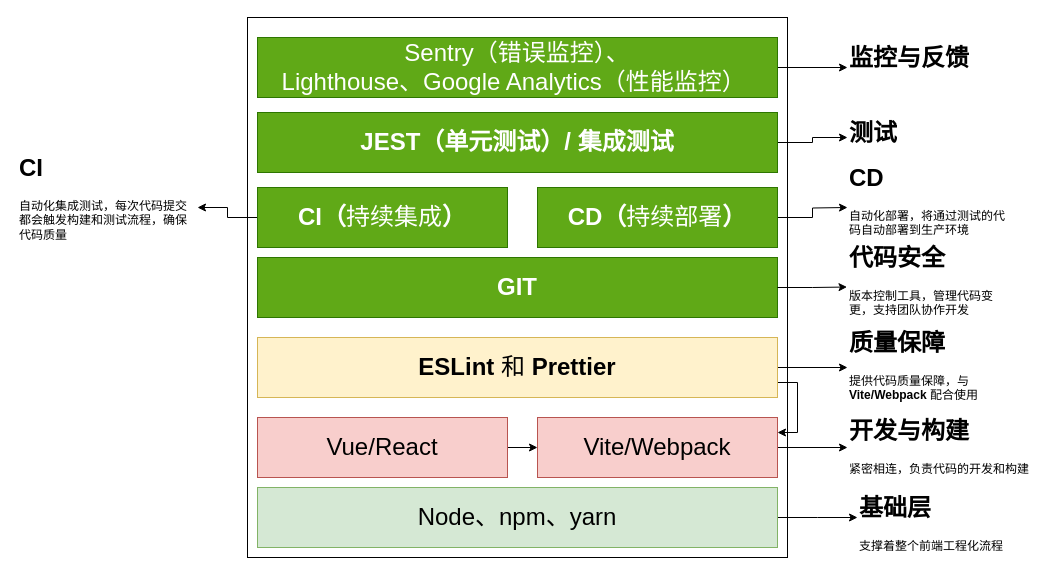
Earlier version of the draw.io diagram 设计说明/web-engineering.drawio (icecrownfox/web-engineering). Source tidied: cells renumbered, new cells numbered last; positions are measured from the earlier drawing's top-left corner, leaving out a move shared by most shapes. Both pictures are drawn from the tidied source at 100%, with x=0, y=0 at pixel (17, 17).
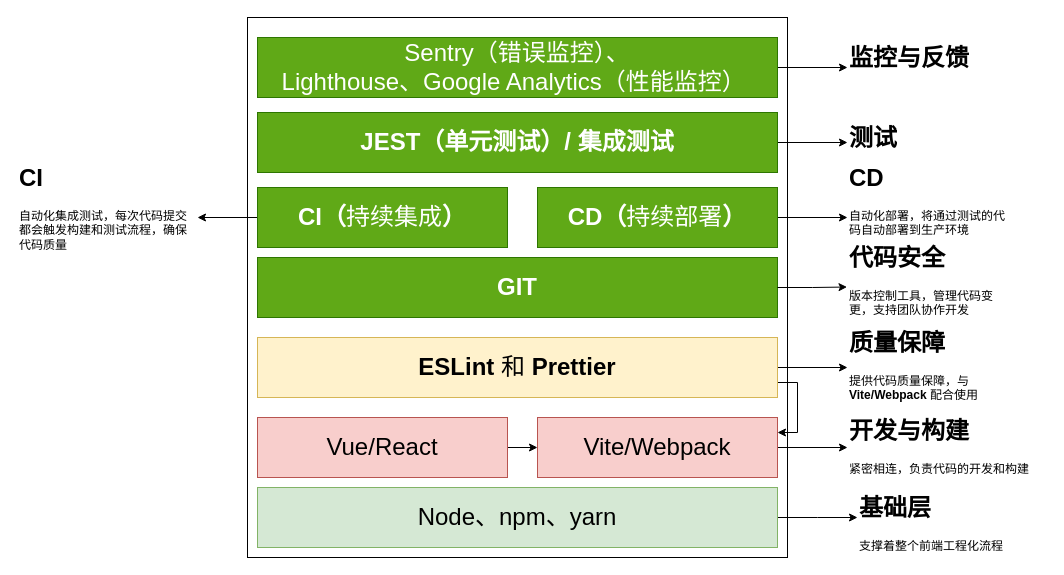
After the change.

The change refers to these unchanged cells:
```xml
<mxCell id="21" value="&lt;span style=&quot;font-size: 24px;&quot;&gt;&lt;b&gt;CD（&lt;/b&gt;&lt;/span&gt;&lt;font style=&quot;font-size: 24px;&quot;&gt;持续部署&lt;/font&gt;&lt;span style=&quot;font-size: 24px;&quot;&gt;&lt;b&gt;）&lt;/b&gt;&lt;/span&gt;" style="rounded=0;whiteSpace=wrap;html=1;fillColor=#60a917;strokeColor=#2D7600;fontColor=#ffffff;" parent="1" vertex="1">
  <mxGeometry x="520" y="170" width="240" height="60" as="geometry" />
</mxCell>
<mxCell id="23" value="&lt;h1 style=&quot;margin-top: 0px;&quot;&gt;CD&lt;/h1&gt;&lt;p&gt;自动化部署，将通过测试的代码自动部署到生产环境&lt;br&gt;&lt;/p&gt;" style="text;html=1;whiteSpace=wrap;overflow=hidden;rounded=0;" parent="1" vertex="1">
  <mxGeometry x="830" y="140" width="160" height="80" as="geometry" />
</mxCell>
```

What changed in the source:
```diff
@@
-    <mxCell id="20" style="edgeStyle=orthogonalEdgeStyle;rounded=0;jettySize=auto;html=1;" parent="1" edge="1" source="21">
-      <mxGeometry relative="1" as="geometry">
-        <mxPoint x="830" y="190" as="targetPoint" />
-      </mxGeometry>
+    <mxCell id="20" style="edgeStyle=orthogonalEdgeStyle;rounded=0;jettySize=auto;html=1;entryX=0;entryY=0.75;entryDx=0;entryDy=0;" parent="1" edge="1" source="21" target="23">
+      <mxGeometry relative="1" as="geometry" />
     </mxCell>
@@
     <mxCell id="22" value="&lt;h1 style=&quot;margin-top: 0px;&quot;&gt;CI&lt;/h1&gt;&lt;p&gt;自动化集成测试，每次代码提交都会触发构建和测试流程，确保代码质量&lt;br&gt;&lt;/p&gt;" style="text;html=1;whiteSpace=wrap;overflow=hidden;rounded=0;" parent="1" vertex="1">
-      <mxGeometry y="130" width="180" height="120" as="geometry" />
+      <mxGeometry y="140" width="180" height="120" as="geometry" />
     </mxCell>
@@
     <mxCell id="28" value="&lt;h1 style=&quot;margin-top: 0px;&quot;&gt;测试&lt;/h1&gt;" style="text;html=1;whiteSpace=wrap;overflow=hidden;rounded=0;" parent="1" vertex="1">
-      <mxGeometry x="830" y="95" width="140" height="50" as="geometry" />
+      <mxGeometry x="830" y="100" width="140" height="50" as="geometry" />
     </mxCell>
```
